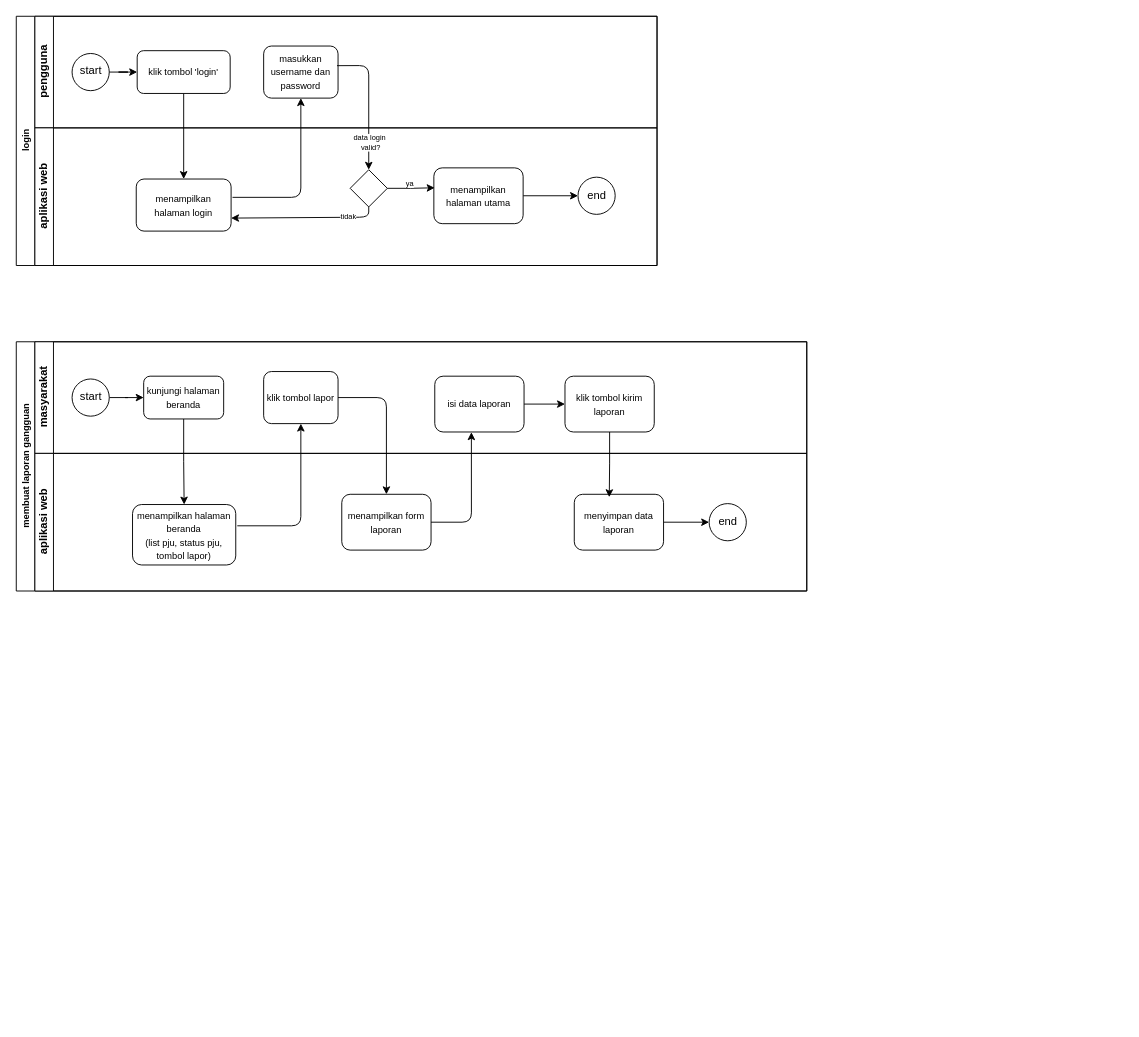
Before: page "BPMN" (2 of 2) of smart-pju.drawio in eenattayani/desain, a draw.io diagram. Source tidied: cells renumbered, new cells numbered last; positions are measured from the earlier drawing's top-left corner, leaving out a move shared by most shapes. Both pictures are drawn from the tidied source at 93%, with x=0, y=0 at pixel (16, 16).
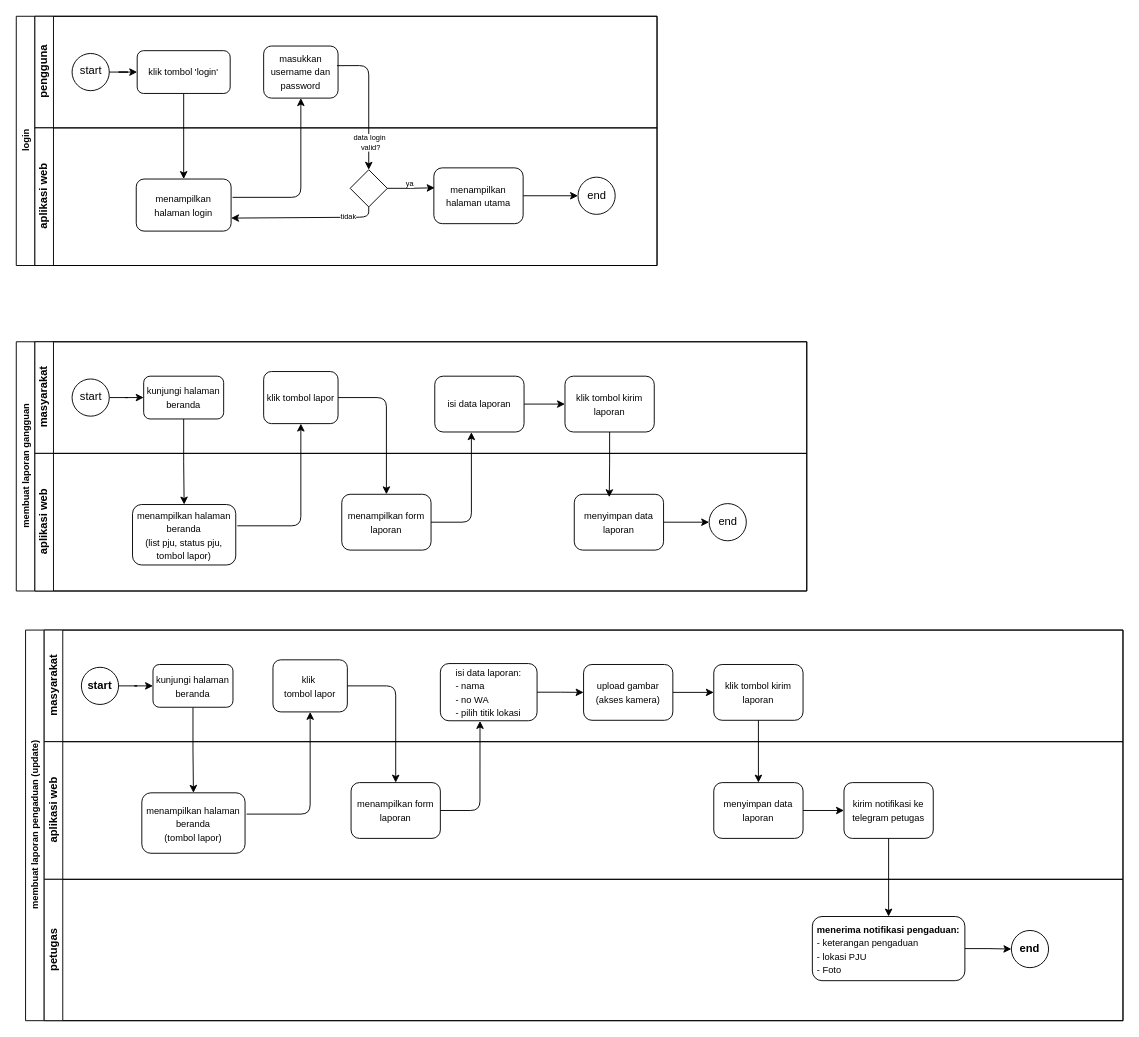
After the change.

Diff of the diagram source:
```diff
@@
+    <mxCell id="46" value="membuat laporan pengaduan (update)" style="swimlane;html=1;horizontal=0;startSize=20;fontSize=10;" parent="1" vertex="1">
+      <mxGeometry x="10" y="660" width="1180" height="420" as="geometry" />
+    </mxCell>
+    <mxCell id="47" style="edgeStyle=orthogonalEdgeStyle;rounded=0;jettySize=auto;html=1;endArrow=classic;endFill=1;" parent="46" edge="1" source="51" target="60">
+      <mxGeometry relative="1" as="geometry" />
+    </mxCell>
+    <mxCell id="48" value="masyarakat" style="swimlane;html=1;startSize=20;horizontal=0;" parent="46" vertex="1">
+      <mxGeometry x="20" width="1160" height="120" as="geometry" />
+    </mxCell>
+    <mxCell id="49" style="edgeStyle=orthogonalEdgeStyle;rounded=0;jettySize=auto;html=1;" parent="48" edge="1" source="50" target="51">
+      <mxGeometry relative="1" as="geometry" />
+    </mxCell>
+    <mxCell id="50" value="start" style="ellipse;whiteSpace=wrap;html=1;fontStyle=1;" parent="48" vertex="1">
+      <mxGeometry x="40" y="40" width="40" height="40" as="geometry" />
+    </mxCell>
+    <mxCell id="51" value="&lt;font style=&quot;font-size: 10px;&quot;&gt;kunjungi halaman beranda&lt;/font&gt;" style="rounded=1;whiteSpace=wrap;html=1;fontFamily=Helvetica;fontSize=12;fontColor=#000000;align=center;" parent="48" vertex="1">
+      <mxGeometry x="117" y="37" width="86" height="46" as="geometry" />
+    </mxCell>
+    <mxCell id="52" value="&lt;span style=&quot;font-size: 10px;&quot;&gt;klik&amp;nbsp;&lt;/span&gt;&lt;div&gt;&lt;span style=&quot;font-size: 10px;&quot;&gt;tombol lapor&lt;/span&gt;&lt;/div&gt;" style="rounded=1;whiteSpace=wrap;html=1;fontFamily=Helvetica;fontSize=12;fontColor=#000000;align=center;" parent="48" vertex="1">
+      <mxGeometry x="246" y="32" width="80" height="56" as="geometry" />
+    </mxCell>
+    <mxCell id="53" style="edgeStyle=orthogonalEdgeStyle;rounded=0;jettySize=auto;html=1;entryX=0;entryY=0.5;entryDx=0;entryDy=0;" parent="48" edge="1" source="54" target="57">
+      <mxGeometry relative="1" as="geometry" />
+    </mxCell>
+    <mxCell id="54" value="&lt;font style=&quot;font-size: 10px;&quot;&gt;isi data laporan:&lt;/font&gt;&lt;div style=&quot;text-align: left;&quot;&gt;&lt;font style=&quot;font-size: 10px;&quot;&gt;- nama&lt;/font&gt;&lt;/div&gt;&lt;div style=&quot;text-align: left;&quot;&gt;&lt;font style=&quot;font-size: 10px;&quot;&gt;- no WA&lt;/font&gt;&lt;/div&gt;&lt;div style=&quot;text-align: left;&quot;&gt;&lt;font style=&quot;font-size: 10px;&quot;&gt;- pilih titik lokasi&lt;/font&gt;&lt;/div&gt;" style="rounded=1;whiteSpace=wrap;html=1;fontFamily=Helvetica;fontSize=12;fontColor=#000000;align=center;" parent="48" vertex="1">
+      <mxGeometry x="426" y="36" width="104" height="61.5" as="geometry" />
+    </mxCell>
+    <mxCell id="55" value="&lt;font style=&quot;font-size: 10px;&quot;&gt;klik tombol kirim laporan&lt;/font&gt;" style="rounded=1;whiteSpace=wrap;html=1;fontFamily=Helvetica;fontSize=12;fontColor=#000000;align=center;" parent="48" vertex="1">
+      <mxGeometry x="720" y="37" width="96" height="60" as="geometry" />
+    </mxCell>
+    <mxCell id="56" style="edgeStyle=orthogonalEdgeStyle;rounded=0;jettySize=auto;html=1;" parent="48" edge="1" source="57" target="55">
+      <mxGeometry relative="1" as="geometry" />
+    </mxCell>
+    <mxCell id="57" value="&lt;font style=&quot;font-size: 10px;&quot;&gt;upload gambar&lt;/font&gt;&lt;div&gt;&lt;font style=&quot;font-size: 10px;&quot;&gt;(akses kamera)&lt;/font&gt;&lt;/div&gt;" style="rounded=1;whiteSpace=wrap;html=1;fontFamily=Helvetica;fontSize=12;fontColor=#000000;align=center;" parent="48" vertex="1">
+      <mxGeometry x="580" y="37" width="96" height="60" as="geometry" />
+    </mxCell>
+    <mxCell id="58" style="edgeStyle=orthogonalEdgeStyle;rounded=1;jettySize=auto;html=1;curved=0;exitX=1.015;exitY=0.352;exitDx=0;exitDy=0;entryX=0.5;entryY=1;entryDx=0;entryDy=0;exitPerimeter=0;" parent="46" edge="1" source="60" target="52">
+      <mxGeometry relative="1" as="geometry" />
+    </mxCell>
+    <mxCell id="59" value="aplikasi web" style="swimlane;html=1;startSize=20;horizontal=0;" parent="46" vertex="1">
+      <mxGeometry x="20" y="120" width="1160" height="148" as="geometry" />
+    </mxCell>
+    <mxCell id="60" value="&lt;span style=&quot;font-size: 10px;&quot;&gt;menampilkan halaman beranda&lt;/span&gt;&lt;div&gt;&lt;span style=&quot;font-size: 10px;&quot;&gt;(tombol lapor)&lt;/span&gt;&lt;/div&gt;" style="rounded=1;whiteSpace=wrap;html=1;fontFamily=Helvetica;fontSize=12;fontColor=#000000;align=center;" parent="59" vertex="1">
+      <mxGeometry x="105" y="55" width="111" height="65" as="geometry" />
+    </mxCell>
+    <mxCell id="61" style="edgeStyle=orthogonalEdgeStyle;rounded=0;jettySize=auto;html=1;entryX=0;entryY=0.5;entryDx=0;entryDy=0;" parent="59" edge="1" source="62" target="64">
+      <mxGeometry relative="1" as="geometry" />
+    </mxCell>
+    <mxCell id="62" value="&lt;font style=&quot;font-size: 10px;&quot;&gt;menyimpan data laporan&lt;/font&gt;" style="rounded=1;whiteSpace=wrap;html=1;fontFamily=Helvetica;fontSize=12;fontColor=#000000;align=center;" parent="59" vertex="1">
+      <mxGeometry x="720" y="44" width="96" height="60" as="geometry" />
+    </mxCell>
+    <mxCell id="63" value="&lt;font style=&quot;font-size: 10px;&quot;&gt;menampilkan form laporan&lt;/font&gt;" style="rounded=1;whiteSpace=wrap;html=1;fontFamily=Helvetica;fontSize=12;fontColor=#000000;align=center;" parent="59" vertex="1">
+      <mxGeometry x="330" y="44" width="96" height="60" as="geometry" />
+    </mxCell>
+    <mxCell id="64" value="&lt;font style=&quot;font-size: 10px;&quot;&gt;kirim notifikasi ke telegram petugas&lt;/font&gt;" style="rounded=1;whiteSpace=wrap;html=1;fontFamily=Helvetica;fontSize=12;fontColor=#000000;align=center;" parent="59" vertex="1">
+      <mxGeometry x="860" y="44" width="96" height="60" as="geometry" />
+    </mxCell>
+    <mxCell id="65" style="edgeStyle=orthogonalEdgeStyle;rounded=1;jettySize=auto;html=1;exitX=1;exitY=0.5;exitDx=0;exitDy=0;entryX=0.5;entryY=0;entryDx=0;entryDy=0;curved=0;" parent="46" edge="1" source="52" target="63">
+      <mxGeometry relative="1" as="geometry" />
+    </mxCell>
+    <mxCell id="66" style="edgeStyle=orthogonalEdgeStyle;rounded=1;jettySize=auto;html=1;exitX=1;exitY=0.5;exitDx=0;exitDy=0;curved=0;entryX=0.41;entryY=1.004;entryDx=0;entryDy=0;entryPerimeter=0;" parent="46" edge="1" source="63" target="54">
+      <mxGeometry relative="1" as="geometry">
+        <Array as="points">
+          <mxPoint x="489" y="194" />
+        </Array>
+      </mxGeometry>
+    </mxCell>
+    <mxCell id="67" style="edgeStyle=orthogonalEdgeStyle;rounded=0;jettySize=auto;html=1;entryX=0.5;entryY=0;entryDx=0;entryDy=0;" parent="46" edge="1" source="55" target="62">
+      <mxGeometry relative="1" as="geometry" />
+    </mxCell>
+    <mxCell id="68" value="petugas" style="swimlane;horizontal=0;whiteSpace=wrap;html=1;startSize=20;" parent="46" vertex="1">
+      <mxGeometry x="20" y="268" width="1160" height="152" as="geometry" />
+    </mxCell>
+    <mxCell id="69" style="edgeStyle=orthogonalEdgeStyle;rounded=0;jettySize=auto;html=1;" parent="68" edge="1" source="70" target="71">
+      <mxGeometry relative="1" as="geometry" />
+    </mxCell>
+    <mxCell id="70" value="&lt;span style=&quot;font-size: 10px;&quot;&gt;&lt;b&gt;menerima notifikasi pengaduan:&lt;/b&gt;&lt;/span&gt;&lt;div style=&quot;text-align: left;&quot;&gt;&lt;span style=&quot;font-size: 10px;&quot;&gt;- keterangan pengaduan&lt;/span&gt;&lt;/div&gt;&lt;div style=&quot;text-align: left;&quot;&gt;&lt;span style=&quot;font-size: 10px;&quot;&gt;- lokasi PJU&lt;/span&gt;&lt;/div&gt;&lt;div style=&quot;text-align: left;&quot;&gt;&lt;span style=&quot;font-size: 10px;&quot;&gt;- Foto&lt;/span&gt;&lt;/div&gt;" style="rounded=1;whiteSpace=wrap;html=1;fontFamily=Helvetica;fontSize=12;fontColor=#000000;align=center;" parent="68" vertex="1">
+      <mxGeometry x="826" y="40" width="164" height="69" as="geometry" />
+    </mxCell>
+    <mxCell id="71" value="end" style="ellipse;whiteSpace=wrap;html=1;shadow=0;fontStyle=1;" parent="68" vertex="1">
+      <mxGeometry x="1040" y="55" width="40" height="40" as="geometry" />
+    </mxCell>
+    <mxCell id="72" style="edgeStyle=orthogonalEdgeStyle;rounded=0;jettySize=auto;html=1;entryX=0.5;entryY=0;entryDx=0;entryDy=0;" parent="46" edge="1" source="64" target="70">
+      <mxGeometry relative="1" as="geometry" />
+    </mxCell>
```
